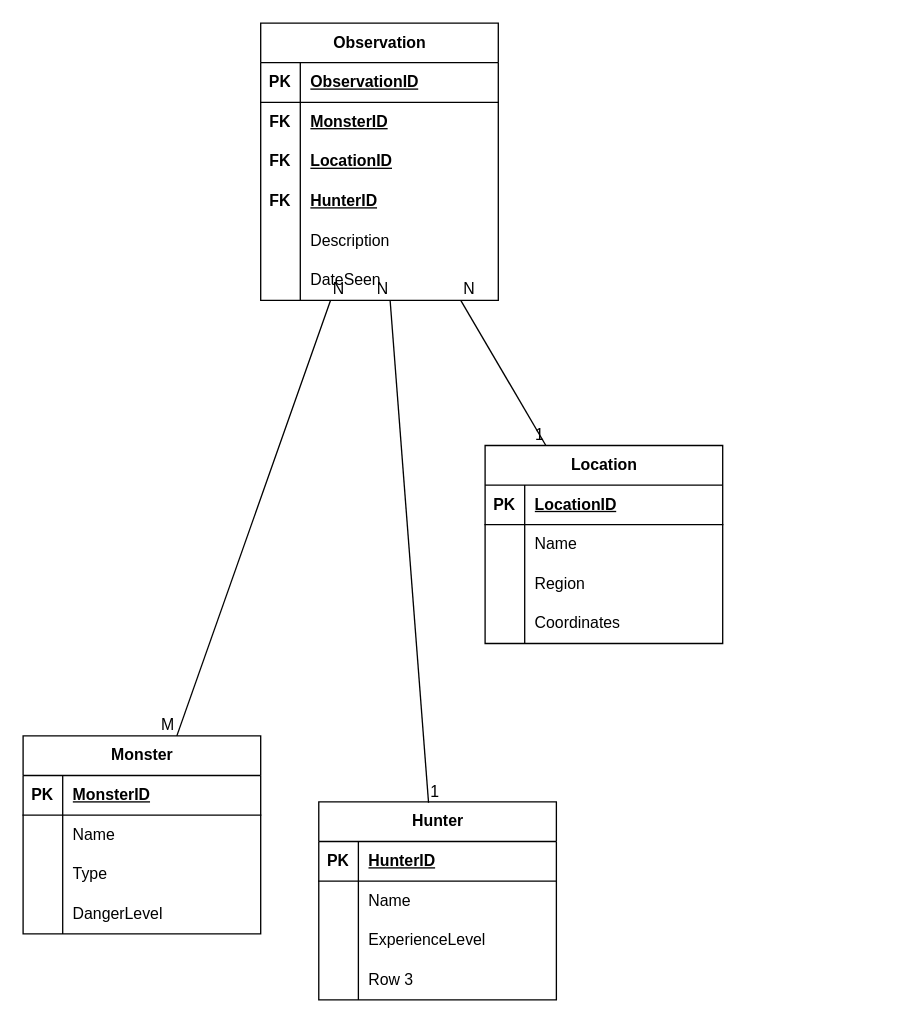
Earlier version of the draw.io diagram EntityRelationDiagram.drawio (Claes1981/assignment-sql-81clafra). Source tidied: cells renumbered, new cells numbered last; positions are measured from the earlier drawing's top-left corner, leaving out a move shared by most shapes. Both pictures are drawn from the tidied source at 132%, with x=0, y=0 at pixel (22, 22).
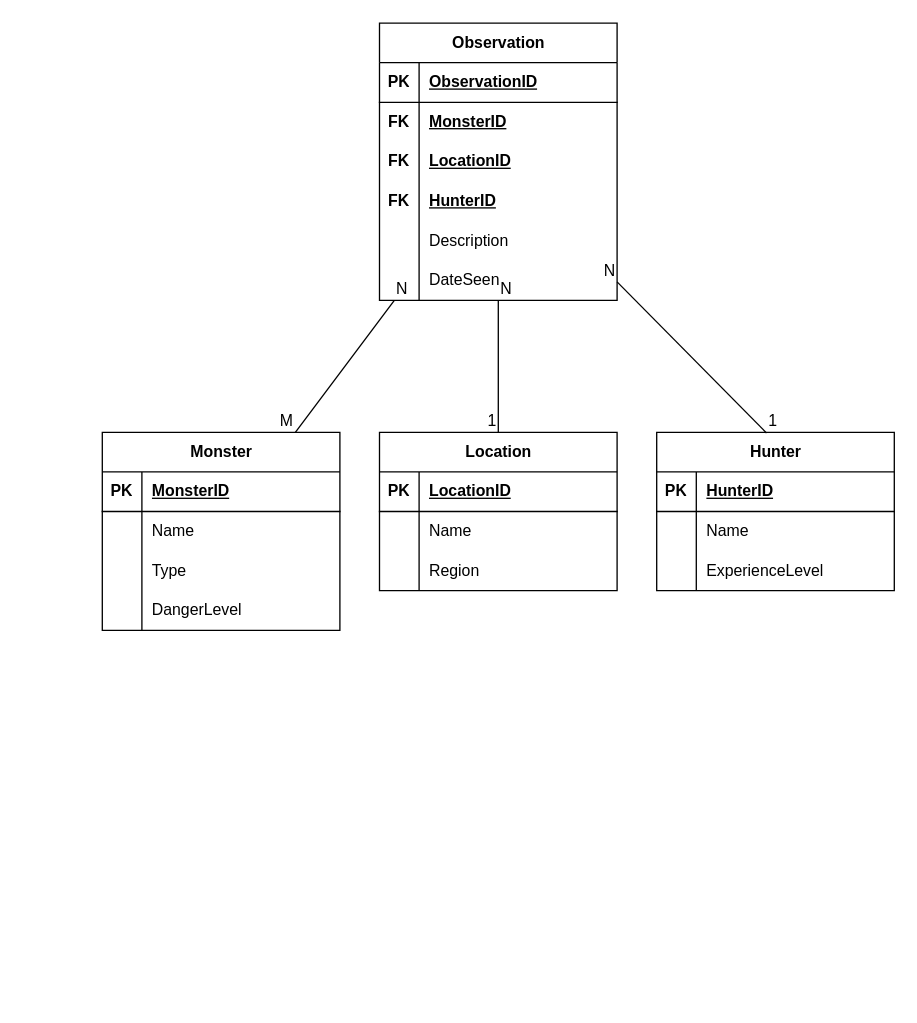
After the change.

Commit message (it also covers changes not shown here):
Fix the entity relations diagram and add it to the readme.

The edit, as a diff of the source:
```diff
@@
     <mxCell id="2" value="Monster" style="shape=table;startSize=30;childLayout=tableLayout;rowLines=0;fontStyle=1;align=center;html=1;" parent="1" vertex="1">
-      <mxGeometry y="540" width="180" height="150" as="geometry" />
+      <mxGeometry x="60" y="310" width="180" height="150" as="geometry" />
     </mxCell>
@@
     <mxCell id="15" value="Hunter" style="shape=table;startSize=30;childLayout=tableLayout;rowLines=0;fontStyle=1;align=center;html=1;" parent="1" vertex="1">
-      <mxGeometry x="224" y="590" width="180" height="150" as="geometry" />
+      <mxGeometry x="480" y="310" width="180" height="120" as="geometry" />
     </mxCell>
@@
-    <mxCell id="25" style="shape=tableRow;horizontal=0;startSize=0;swimlaneHead=0;swimlaneBody=0;fillColor=none;top=0;left=0;right=0;bottom=0;" parent="15" vertex="1">
-      <mxGeometry y="120" width="180" height="30" as="geometry" />
-    </mxCell>
-    <mxCell id="26" style="shape=partialRectangle;fillColor=none;top=0;left=0;bottom=0;right=0;overflow=hidden;whiteSpace=wrap;html=1;" parent="25" vertex="1">
-      <mxGeometry width="30" height="30" as="geometry" />
-    </mxCell>
-    <mxCell id="27" value="Row 3" style="shape=partialRectangle;fillColor=none;top=0;left=0;bottom=0;right=0;align=left;spacingLeft=6;overflow=hidden;whiteSpace=wrap;html=1;" parent="25" vertex="1">
-      <mxGeometry x="30" width="150" height="30" as="geometry" />
-    </mxCell>
     <mxCell id="28" value="Observation" style="shape=table;startSize=30;childLayout=tableLayout;rowLines=0;fontStyle=1;align=center;html=1;" parent="1" vertex="1">
-      <mxGeometry x="180" width="180" height="210" as="geometry" />
+      <mxGeometry x="270" width="180" height="210" as="geometry" />
     </mxCell>
@@
     <mxCell id="53" value="Location" style="shape=table;startSize=30;childLayout=tableLayout;rowLines=0;fontStyle=1;align=center;html=1;" parent="1" vertex="1">
-      <mxGeometry x="350" y="320" width="180" height="150" as="geometry" />
+      <mxGeometry x="270" y="310" width="180" height="120" as="geometry" />
     </mxCell>
@@
-    <mxCell id="63" style="shape=tableRow;horizontal=0;startSize=0;swimlaneHead=0;swimlaneBody=0;fillColor=none;top=0;left=0;right=0;bottom=0;" parent="53" vertex="1">
-      <mxGeometry y="120" width="180" height="30" as="geometry" />
-    </mxCell>
-    <mxCell id="64" style="shape=partialRectangle;fillColor=none;top=0;left=0;bottom=0;right=0;overflow=hidden;whiteSpace=wrap;html=1;" parent="63" vertex="1">
-      <mxGeometry width="30" height="30" as="geometry" />
-    </mxCell>
-    <mxCell id="65" value="Coordinates" style="shape=partialRectangle;fillColor=none;top=0;left=0;bottom=0;right=0;align=left;spacingLeft=6;overflow=hidden;whiteSpace=wrap;html=1;" parent="63" vertex="1">
-      <mxGeometry x="30" width="150" height="30" as="geometry" />
-    </mxCell>
```
